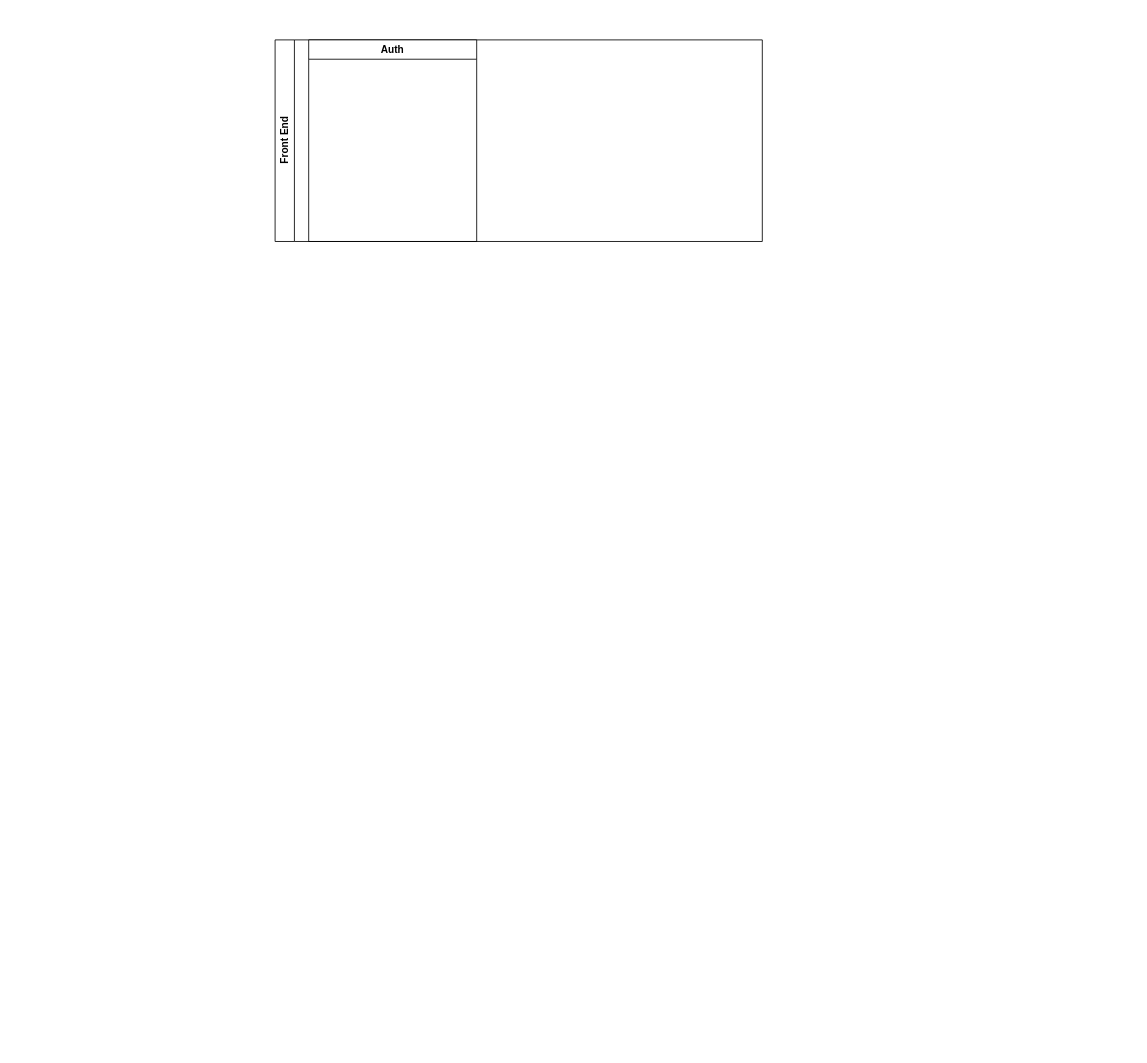
This is TTE 2025.drawio from fsdio/draw.io.dev, a draw.io file, before an edit. Source tidied: cells renumbered, new cells numbered last; positions are measured from the earlier drawing's top-left corner, leaving out a move shared by most shapes. Both pictures are drawn from the tidied source at 84%, with x=0, y=0 at pixel (275, 39).
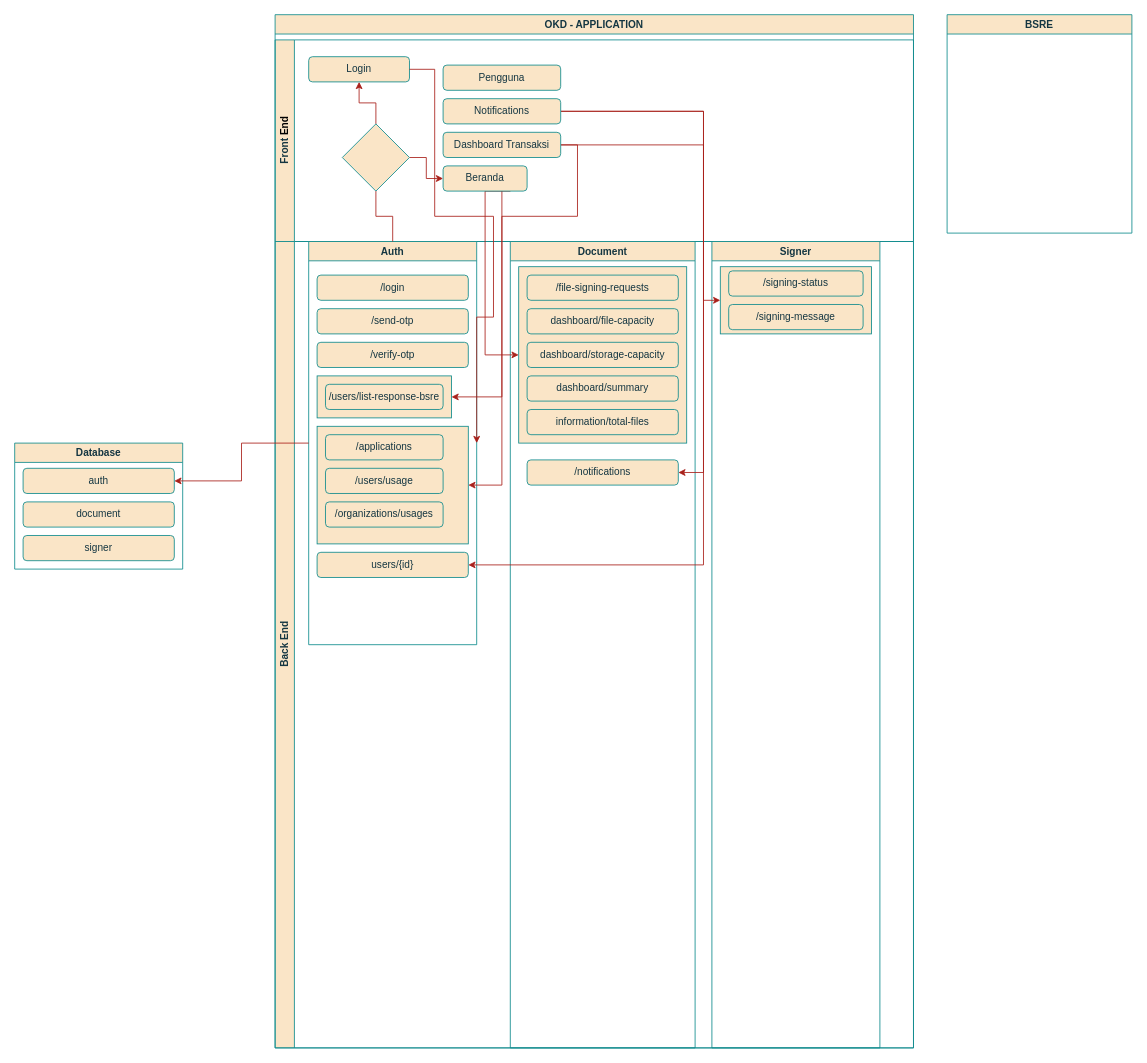
The same page after the edit.

Change to the diagram source:
```diff
@@
-    <mxCell id="2" value="Front&amp;nbsp;&lt;span style=&quot;background-color: transparent; color: light-dark(rgb(0, 0, 0), rgb(255, 255, 255));&quot;&gt;End&lt;/span&gt;" style="swimlane;horizontal=0;whiteSpace=wrap;html=1;" parent="1" vertex="1">
-      <mxGeometry width="580" height="240" as="geometry" />
+    <mxCell id="2" value="Front&amp;nbsp;&lt;span style=&quot;background-color: transparent; color: light-dark(rgb(0, 0, 0), rgb(255, 255, 255));&quot;&gt;End&lt;/span&gt;" style="swimlane;horizontal=0;whiteSpace=wrap;html=1;labelBackgroundColor=none;fillColor=#FAE5C7;strokeColor=#0F8B8D;fontColor=#143642;" parent="1" vertex="1">
+      <mxGeometry width="760" height="240" as="geometry" />
     </mxCell>
+    <mxCell id="4" value="Back End" style="swimlane;horizontal=0;whiteSpace=wrap;html=1;labelBackgroundColor=none;fillColor=#FAE5C7;strokeColor=#0F8B8D;fontColor=#143642;" parent="1" vertex="1">
+      <mxGeometry y="240" width="760" height="960" as="geometry" />
+    </mxCell>
-    <mxCell id="3" value="Auth" style="swimlane;whiteSpace=wrap;html=1;" parent="2" vertex="1">
-      <mxGeometry x="40" width="200" height="240" as="geometry" />
+    <mxCell id="3" value="Auth" style="swimlane;whiteSpace=wrap;html=1;labelBackgroundColor=none;fillColor=#FAE5C7;strokeColor=#0F8B8D;fontColor=#143642;" parent="4" vertex="1">
+      <mxGeometry x="40" width="200" height="480" as="geometry" />
     </mxCell>
+    <mxCell id="5" value="Document" style="swimlane;whiteSpace=wrap;html=1;startSize=23;labelBackgroundColor=none;fillColor=#FAE5C7;strokeColor=#0F8B8D;fontColor=#143642;" parent="4" vertex="1">
+      <mxGeometry x="280" width="220" height="960" as="geometry" />
+    </mxCell>
+    <mxCell id="6" value="OKD - APPLICATION" style="swimlane;whiteSpace=wrap;html=1;startSize=23;labelBackgroundColor=none;fillColor=#FAE5C7;strokeColor=#0F8B8D;fontColor=#143642;" parent="1" vertex="1">
+      <mxGeometry y="-30" width="760" height="1230" as="geometry" />
+    </mxCell>
+    <mxCell id="7" style="rounded=0;whiteSpace=wrap;html=1;labelBackgroundColor=none;fillColor=#FAE5C7;strokeColor=#0F8B8D;fontColor=#143642;" parent="6" vertex="1">
+      <mxGeometry x="50" y="490" width="180" height="140" as="geometry" />
+    </mxCell>
+    <mxCell id="8" style="rounded=0;whiteSpace=wrap;html=1;labelBackgroundColor=none;fillColor=#FAE5C7;strokeColor=#0F8B8D;fontColor=#143642;" parent="6" vertex="1">
+      <mxGeometry x="290" y="300" width="200" height="210" as="geometry" />
+    </mxCell>
+    <mxCell id="9" style="rounded=0;whiteSpace=wrap;html=1;labelBackgroundColor=none;fillColor=#FAE5C7;strokeColor=#0F8B8D;fontColor=#143642;" parent="6" vertex="1">
+      <mxGeometry x="50" y="430" width="160" height="50" as="geometry" />
+    </mxCell>
+    <mxCell id="10" value="Signer" style="swimlane;whiteSpace=wrap;html=1;startSize=23;labelBackgroundColor=none;fillColor=#FAE5C7;strokeColor=#0F8B8D;fontColor=#143642;" parent="6" vertex="1">
+      <mxGeometry x="520" y="270" width="200" height="960" as="geometry" />
+    </mxCell>
+    <mxCell id="11" style="rounded=0;whiteSpace=wrap;html=1;labelBackgroundColor=none;fillColor=#FAE5C7;strokeColor=#0F8B8D;fontColor=#143642;" parent="10" vertex="1">
+      <mxGeometry x="10" y="30" width="180" height="80" as="geometry" />
+    </mxCell>
+    <mxCell id="12" value="/signing-status" style="rounded=1;whiteSpace=wrap;html=1;labelBackgroundColor=none;fillColor=#FAE5C7;strokeColor=#0F8B8D;fontColor=#143642;" parent="10" vertex="1">
+      <mxGeometry x="20" y="35" width="160" height="30" as="geometry" />
+    </mxCell>
+    <mxCell id="13" value="/signing-message" style="rounded=1;whiteSpace=wrap;html=1;labelBackgroundColor=none;fillColor=#FAE5C7;strokeColor=#0F8B8D;fontColor=#143642;" parent="10" vertex="1">
+      <mxGeometry x="20" y="75" width="160" height="30" as="geometry" />
+    </mxCell>
+    <mxCell id="14" value="Login" style="rounded=1;whiteSpace=wrap;html=1;labelBackgroundColor=none;fillColor=#FAE5C7;strokeColor=#0F8B8D;fontColor=#143642;" parent="6" vertex="1">
+      <mxGeometry x="40" y="50" width="120" height="30" as="geometry" />
+    </mxCell>
+    <mxCell id="15" style="edgeStyle=orthogonalEdgeStyle;rounded=0;jettySize=auto;html=1;exitX=0.5;exitY=1;exitDx=0;exitDy=0;entryX=0;entryY=0.5;entryDx=0;entryDy=0;labelBackgroundColor=none;strokeColor=#A8201A;fontColor=default;" parent="6" edge="1" source="17" target="8">
+      <mxGeometry relative="1" as="geometry" />
+    </mxCell>
+    <mxCell id="16" style="edgeStyle=orthogonalEdgeStyle;rounded=0;jettySize=auto;html=1;exitX=0.5;exitY=1;exitDx=0;exitDy=0;entryX=1;entryY=0.5;entryDx=0;entryDy=0;labelBackgroundColor=none;strokeColor=#A8201A;fontColor=default;" parent="6" edge="1" source="17" target="9">
+      <mxGeometry relative="1" as="geometry">
+        <Array as="points">
+          <mxPoint x="280" y="190" />
+          <mxPoint x="270" y="190" />
+          <mxPoint x="270" y="455" />
+        </Array>
+      </mxGeometry>
+    </mxCell>
+    <mxCell id="17" value="Beranda" style="rounded=1;whiteSpace=wrap;html=1;labelBackgroundColor=none;fillColor=#FAE5C7;strokeColor=#0F8B8D;fontColor=#143642;" parent="6" vertex="1">
+      <mxGeometry x="200" y="180" width="100" height="30" as="geometry" />
+    </mxCell>
+    <mxCell id="18" style="edgeStyle=orthogonalEdgeStyle;rounded=0;jettySize=auto;html=1;exitX=0.5;exitY=0;exitDx=0;exitDy=0;entryX=0.5;entryY=1;entryDx=0;entryDy=0;labelBackgroundColor=none;strokeColor=#A8201A;fontColor=default;" parent="6" edge="1" source="20" target="14">
+      <mxGeometry relative="1" as="geometry" />
+    </mxCell>
+    <mxCell id="19" style="edgeStyle=orthogonalEdgeStyle;rounded=0;jettySize=auto;html=1;exitX=1;exitY=0.5;exitDx=0;exitDy=0;entryX=0;entryY=0.5;entryDx=0;entryDy=0;labelBackgroundColor=none;strokeColor=#A8201A;fontColor=default;" parent="6" edge="1" source="20" target="17">
+      <mxGeometry relative="1" as="geometry" />
+    </mxCell>
+    <mxCell id="20" style="rhombus;whiteSpace=wrap;html=1;labelBackgroundColor=none;fillColor=#FAE5C7;strokeColor=#0F8B8D;fontColor=#143642;" parent="6" vertex="1">
+      <mxGeometry x="80" y="130" width="80" height="80" as="geometry" />
+    </mxCell>
+    <mxCell id="21" value="/login" style="rounded=1;whiteSpace=wrap;html=1;labelBackgroundColor=none;fillColor=#FAE5C7;strokeColor=#0F8B8D;fontColor=#143642;" parent="6" vertex="1">
+      <mxGeometry x="50" y="310" width="180" height="30" as="geometry" />
+    </mxCell>
+    <mxCell id="22" value="/send-otp" style="rounded=1;whiteSpace=wrap;html=1;labelBackgroundColor=none;fillColor=#FAE5C7;strokeColor=#0F8B8D;fontColor=#143642;" parent="6" vertex="1">
+      <mxGeometry x="50" y="350" width="180" height="30" as="geometry" />
+    </mxCell>
+    <mxCell id="23" value="/verify-otp" style="rounded=1;whiteSpace=wrap;html=1;labelBackgroundColor=none;fillColor=#FAE5C7;strokeColor=#0F8B8D;fontColor=#143642;" parent="6" vertex="1">
+      <mxGeometry x="50" y="390" width="180" height="30" as="geometry" />
+    </mxCell>
+    <mxCell id="24" value="/file-signing-requests" style="rounded=1;whiteSpace=wrap;html=1;labelBackgroundColor=none;fillColor=#FAE5C7;strokeColor=#0F8B8D;fontColor=#143642;" parent="6" vertex="1">
+      <mxGeometry x="300" y="310" width="180" height="30" as="geometry" />
+    </mxCell>
+    <mxCell id="25" value="dashboard/file-capacity" style="rounded=1;whiteSpace=wrap;html=1;labelBackgroundColor=none;fillColor=#FAE5C7;strokeColor=#0F8B8D;fontColor=#143642;" parent="6" vertex="1">
+      <mxGeometry x="300" y="350" width="180" height="30" as="geometry" />
+    </mxCell>
+    <mxCell id="26" value="dashboard/storage-capacity" style="rounded=1;whiteSpace=wrap;html=1;labelBackgroundColor=none;fillColor=#FAE5C7;strokeColor=#0F8B8D;fontColor=#143642;" parent="6" vertex="1">
+      <mxGeometry x="300" y="390" width="180" height="30" as="geometry" />
+    </mxCell>
+    <mxCell id="27" value="dashboard/summary" style="rounded=1;whiteSpace=wrap;html=1;labelBackgroundColor=none;fillColor=#FAE5C7;strokeColor=#0F8B8D;fontColor=#143642;" parent="6" vertex="1">
+      <mxGeometry x="300" y="430" width="180" height="30" as="geometry" />
+    </mxCell>
+    <mxCell id="28" value="information/total-files" style="rounded=1;whiteSpace=wrap;html=1;labelBackgroundColor=none;fillColor=#FAE5C7;strokeColor=#0F8B8D;fontColor=#143642;" parent="6" vertex="1">
+      <mxGeometry x="300" y="470" width="180" height="30" as="geometry" />
+    </mxCell>
+    <mxCell id="29" value="/users/list-response-bsre" style="rounded=1;whiteSpace=wrap;html=1;labelBackgroundColor=none;fillColor=#FAE5C7;strokeColor=#0F8B8D;fontColor=#143642;" parent="6" vertex="1">
+      <mxGeometry x="60" y="440" width="140" height="30" as="geometry" />
+    </mxCell>
+    <mxCell id="30" value="/applications" style="rounded=1;whiteSpace=wrap;html=1;labelBackgroundColor=none;fillColor=#FAE5C7;strokeColor=#0F8B8D;fontColor=#143642;" parent="6" vertex="1">
+      <mxGeometry x="60" y="500" width="140" height="30" as="geometry" />
+    </mxCell>
+    <mxCell id="31" value="/users/usage" style="rounded=1;whiteSpace=wrap;html=1;labelBackgroundColor=none;fillColor=#FAE5C7;strokeColor=#0F8B8D;fontColor=#143642;" parent="6" vertex="1">
+      <mxGeometry x="60" y="540" width="140" height="30" as="geometry" />
+    </mxCell>
+    <mxCell id="32" value="/organizations/usages" style="rounded=1;whiteSpace=wrap;html=1;labelBackgroundColor=none;fillColor=#FAE5C7;strokeColor=#0F8B8D;fontColor=#143642;" parent="6" vertex="1">
+      <mxGeometry x="60" y="580" width="140" height="30" as="geometry" />
+    </mxCell>
+    <mxCell id="33" style="edgeStyle=orthogonalEdgeStyle;rounded=0;jettySize=auto;html=1;exitX=1;exitY=0.5;exitDx=0;exitDy=0;entryX=0;entryY=0.5;entryDx=0;entryDy=0;labelBackgroundColor=none;strokeColor=#A8201A;fontColor=default;" parent="6" edge="1" source="35" target="11">
+      <mxGeometry relative="1" as="geometry">
+        <Array as="points">
+          <mxPoint x="510" y="155" />
+          <mxPoint x="510" y="340" />
+        </Array>
+      </mxGeometry>
+    </mxCell>
+    <mxCell id="34" style="edgeStyle=orthogonalEdgeStyle;rounded=0;jettySize=auto;html=1;exitX=1;exitY=0.5;exitDx=0;exitDy=0;entryX=1;entryY=0.5;entryDx=0;entryDy=0;labelBackgroundColor=none;strokeColor=#A8201A;fontColor=default;" parent="6" edge="1" source="35" target="7">
+      <mxGeometry relative="1" as="geometry">
+        <Array as="points">
+          <mxPoint x="360" y="155" />
+          <mxPoint x="360" y="240" />
+          <mxPoint x="270" y="240" />
+          <mxPoint x="270" y="560" />
+        </Array>
+      </mxGeometry>
+    </mxCell>
+    <mxCell id="35" value="Dashboard Transaksi" style="rounded=1;whiteSpace=wrap;html=1;labelBackgroundColor=none;fillColor=#FAE5C7;strokeColor=#0F8B8D;fontColor=#143642;" parent="6" vertex="1">
+      <mxGeometry x="200" y="140" width="140" height="30" as="geometry" />
+    </mxCell>
+    <mxCell id="36" value="/notifications" style="rounded=1;whiteSpace=wrap;html=1;labelBackgroundColor=none;fillColor=#FAE5C7;strokeColor=#0F8B8D;fontColor=#143642;" parent="6" vertex="1">
+      <mxGeometry x="300" y="530" width="180" height="30" as="geometry" />
+    </mxCell>
+    <mxCell id="37" value="users/{id}" style="rounded=1;whiteSpace=wrap;html=1;labelBackgroundColor=none;fillColor=#FAE5C7;strokeColor=#0F8B8D;fontColor=#143642;" parent="6" vertex="1">
+      <mxGeometry x="50" y="640" width="180" height="30" as="geometry" />
+    </mxCell>
+    <mxCell id="38" style="edgeStyle=orthogonalEdgeStyle;rounded=0;jettySize=auto;html=1;exitX=1;exitY=0.5;exitDx=0;exitDy=0;entryX=1;entryY=0.5;entryDx=0;entryDy=0;labelBackgroundColor=none;strokeColor=#A8201A;fontColor=default;" parent="6" edge="1" source="40" target="36">
+      <mxGeometry relative="1" as="geometry">
+        <Array as="points">
+          <mxPoint x="510" y="115" />
+          <mxPoint x="510" y="545" />
+        </Array>
+      </mxGeometry>
+    </mxCell>
+    <mxCell id="39" style="edgeStyle=orthogonalEdgeStyle;rounded=0;jettySize=auto;html=1;exitX=1;exitY=0.5;exitDx=0;exitDy=0;entryX=1;entryY=0.5;entryDx=0;entryDy=0;labelBackgroundColor=none;strokeColor=#A8201A;fontColor=default;" parent="6" edge="1" source="40" target="37">
+      <mxGeometry relative="1" as="geometry">
+        <Array as="points">
+          <mxPoint x="510" y="115" />
+          <mxPoint x="510" y="655" />
+        </Array>
+      </mxGeometry>
+    </mxCell>
+    <mxCell id="40" value="Notifications" style="rounded=1;whiteSpace=wrap;html=1;labelBackgroundColor=none;fillColor=#FAE5C7;strokeColor=#0F8B8D;fontColor=#143642;" parent="6" vertex="1">
+      <mxGeometry x="200" y="100" width="140" height="30" as="geometry" />
+    </mxCell>
+    <mxCell id="41" value="Pengguna" style="rounded=1;whiteSpace=wrap;html=1;labelBackgroundColor=none;fillColor=#FAE5C7;strokeColor=#0F8B8D;fontColor=#143642;" parent="6" vertex="1">
+      <mxGeometry x="200" y="60" width="140" height="30" as="geometry" />
+    </mxCell>
+    <mxCell id="42" value="BSRE" style="swimlane;whiteSpace=wrap;html=1;startSize=23;labelBackgroundColor=none;fillColor=#FAE5C7;strokeColor=#0F8B8D;fontColor=#143642;" parent="1" vertex="1">
+      <mxGeometry x="800" y="-30" width="220" height="260" as="geometry" />
+    </mxCell>
+    <mxCell id="43" style="edgeStyle=orthogonalEdgeStyle;rounded=0;jettySize=auto;html=1;exitX=1;exitY=0.5;exitDx=0;exitDy=0;entryX=1;entryY=0.5;entryDx=0;entryDy=0;fillColor=#FAE5C7;strokeColor=#A8201A;labelBackgroundColor=none;fontColor=default;" parent="1" edge="1" source="14" target="3">
+      <mxGeometry relative="1" as="geometry">
+        <Array as="points">
+          <mxPoint x="190" y="35" />
+          <mxPoint x="190" y="210" />
+          <mxPoint x="260" y="210" />
+          <mxPoint x="260" y="330" />
+        </Array>
+      </mxGeometry>
+    </mxCell>
+    <mxCell id="44" style="edgeStyle=orthogonalEdgeStyle;rounded=0;jettySize=auto;html=1;exitX=0.5;exitY=0;exitDx=0;exitDy=0;entryX=0.5;entryY=1;entryDx=0;entryDy=0;endArrow=none;endFill=0;labelBackgroundColor=none;strokeColor=#A8201A;fontColor=default;" parent="1" edge="1" source="3" target="20">
+      <mxGeometry relative="1" as="geometry" />
+    </mxCell>
+    <mxCell id="45" value="Database" style="swimlane;whiteSpace=wrap;html=1;labelBackgroundColor=none;fillColor=#FAE5C7;strokeColor=#0F8B8D;fontColor=#143642;" parent="1" vertex="1">
+      <mxGeometry x="-310" y="480" width="200" height="150" as="geometry" />
+    </mxCell>
+    <mxCell id="46" value="auth" style="rounded=1;whiteSpace=wrap;html=1;labelBackgroundColor=none;fillColor=#FAE5C7;strokeColor=#0F8B8D;fontColor=#143642;" parent="45" vertex="1">
+      <mxGeometry x="10" y="30" width="180" height="30" as="geometry" />
+    </mxCell>
+    <mxCell id="47" value="document" style="rounded=1;whiteSpace=wrap;html=1;labelBackgroundColor=none;fillColor=#FAE5C7;strokeColor=#0F8B8D;fontColor=#143642;" parent="45" vertex="1">
+      <mxGeometry x="10" y="70" width="180" height="30" as="geometry" />
+    </mxCell>
+    <mxCell id="48" value="signer" style="rounded=1;whiteSpace=wrap;html=1;labelBackgroundColor=none;fillColor=#FAE5C7;strokeColor=#0F8B8D;fontColor=#143642;" parent="45" vertex="1">
+      <mxGeometry x="10" y="110" width="180" height="30" as="geometry" />
+    </mxCell>
+    <mxCell id="49" style="edgeStyle=orthogonalEdgeStyle;rounded=0;jettySize=auto;html=1;exitX=0;exitY=0.5;exitDx=0;exitDy=0;entryX=1;entryY=0.5;entryDx=0;entryDy=0;labelBackgroundColor=none;strokeColor=#A8201A;fontColor=default;" parent="1" edge="1" source="3" target="46">
+      <mxGeometry relative="1" as="geometry" />
+    </mxCell>
```
